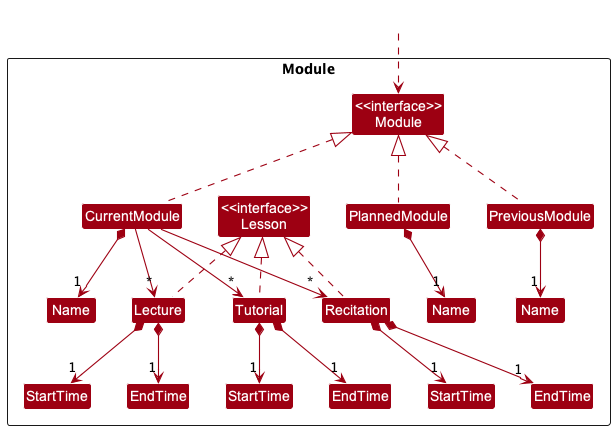
Earlier version of the PlantUML export docs/images/ModuleClassDiagram.png (nus-cs2103-AY2223S1/tp). Source of this version:
```plantuml
@startuml
!include style.puml
skinparam arrowThickness 1.1
skinparam arrowColor MODEL_COLOR
skinparam classBackgroundColor MODEL_COLOR


Package Module <<Rectangle>>{
Class "<<interface>>\nModule" as Module
Class "<<interface>>\nLesson" as Lesson

Class CurrentModule
Class PlannedModule
Class PreviousModule

Class "Name" as CurrentName
Class "Name" as PreviousName
Class "Name" as PlannedName

Class Tutorial
Class Recitation
Class Lecture
Class "StartTime" as TutorialStartTime
Class "EndTime" as TutorialEndTime
Class "StartTime" as LectureStartTime
Class "EndTime" as LectureEndTime
Class "StartTime" as RecitationStartTime
Class "EndTime" as RecitationEndTime

}

Class HiddenOutside #FFFFFF
HiddenOutside ..> Module

CurrentModule .up.|> Module
PlannedModule .up.|> Module
PreviousModule .up.|> Module

CurrentModule *-->  "1" CurrentName
CurrentModule --> "*" Tutorial
CurrentModule --> "*" Lecture
CurrentModule --> "*" Recitation

PlannedModule *-->  "1" PlannedName
PreviousModule *-->  "1" PreviousName

Tutorial *--> "1" TutorialStartTime
Tutorial *--> "1" TutorialEndTime

Lecture *--> "1" LectureStartTime
Lecture *--> "1" LectureEndTime

Recitation *--> "1" RecitationStartTime
Recitation *--> "1" RecitationEndTime

Recitation .up.|> Lesson
Lecture .up.|> Lesson
Tutorial .up.|> Lesson

@enduml
```
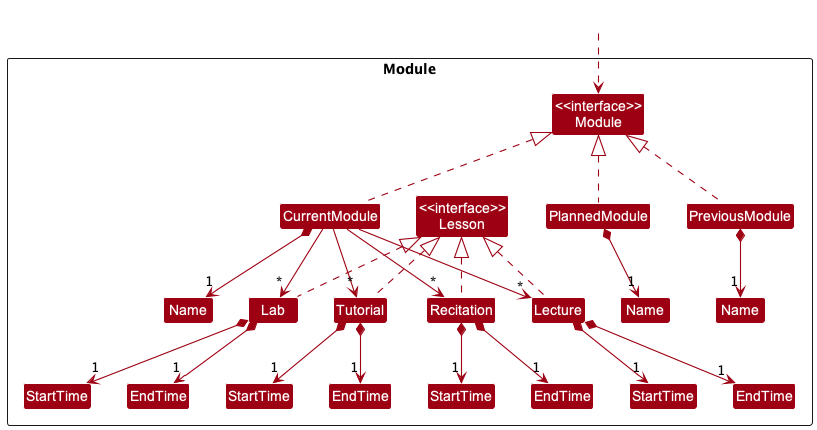
After the commit.

Commit message:
Add Lab into Module Class Diagram

What changed in the source:
```diff
@@ -20,12 +20,15 @@
 Class Tutorial
 Class Recitation
 Class Lecture
+Class Lab
 Class "StartTime" as TutorialStartTime
 Class "EndTime" as TutorialEndTime
 Class "StartTime" as LectureStartTime
 Class "EndTime" as LectureEndTime
 Class "StartTime" as RecitationStartTime
 Class "EndTime" as RecitationEndTime
+Class "StartTime" as LabStartTime
+Class "EndTime" as LabEndTime
 
 }
 
@@ -40,6 +43,7 @@
 CurrentModule --> "*" Tutorial
 CurrentModule --> "*" Lecture
 CurrentModule --> "*" Recitation
+CurrentModule --> "*" Lab
 
 PlannedModule *-->  "1" PlannedName
 PreviousModule *-->  "1" PreviousName
@@ -53,8 +57,12 @@
 Recitation *--> "1" RecitationStartTime
 Recitation *--> "1" RecitationEndTime
 
+Lab *--> "1" LabStartTime
+Lab *--> "1" LabEndTime
+
 Recitation .up.|> Lesson
 Lecture .up.|> Lesson
 Tutorial .up.|> Lesson
+Lab .up.|> Lesson
 
 @enduml
```
